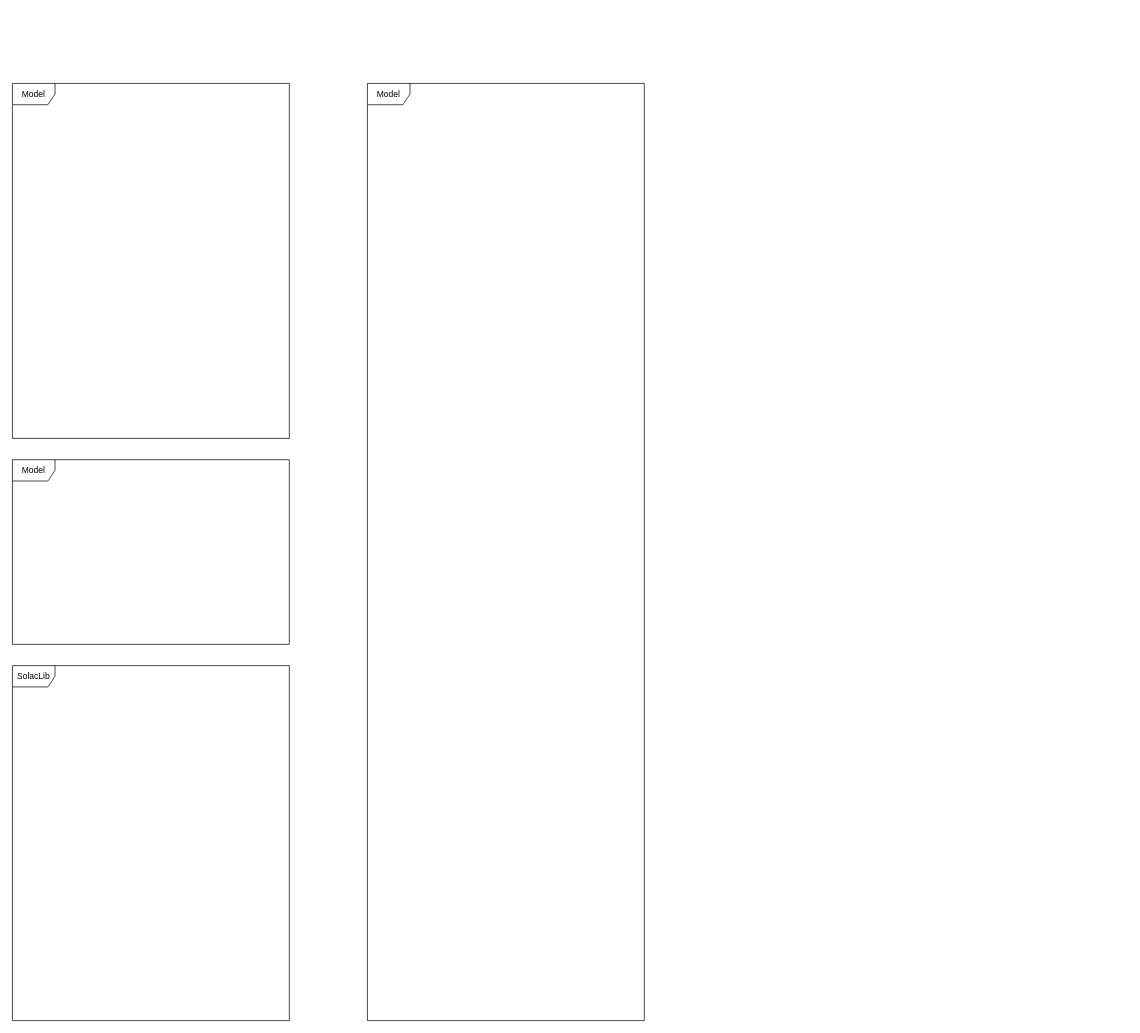
Before: 未命名绘图.drawio in CapitalMobile/swift_giselle_practice, a draw.io diagram. Source tidied: cells renumbered, new cells numbered last; positions are measured from the earlier drawing's top-left corner, leaving out a move shared by most shapes. Both pictures are drawn from the tidied source at 71%, with x=0, y=0 at pixel (12, 83).
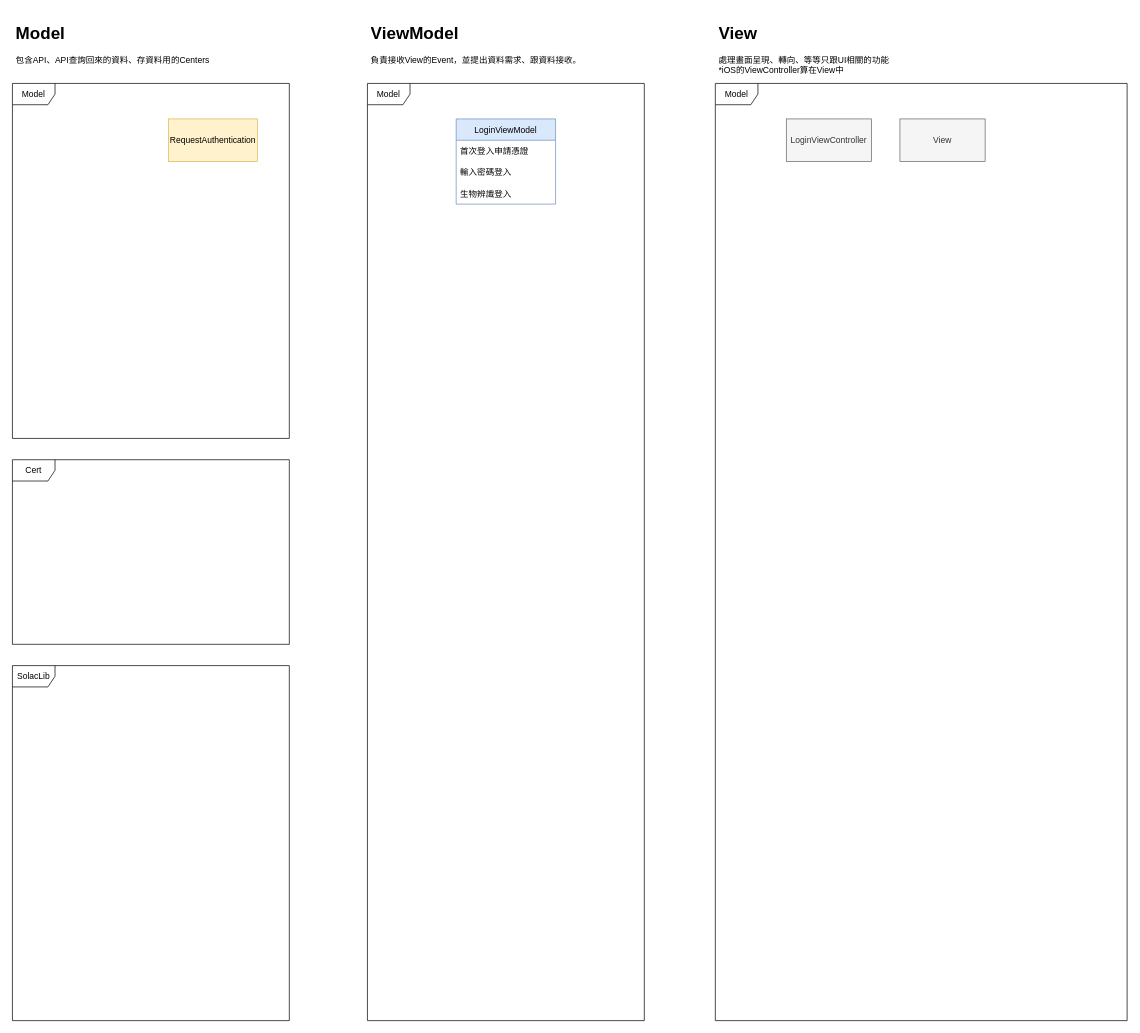
The same diagram, later.

Change to the diagram source:
```diff
@@
 <mxGraphModel>
   <root>
     <mxCell id="0" />
     <mxCell id="1" parent="0" />
     <mxCell id="2" value="Model" style="shape=umlFrame;whiteSpace=wrap;html=1;" parent="1" vertex="1">
       <mxGeometry width="390" height="500" as="geometry" />
     </mxCell>
-    <mxCell id="3" value="Model" style="shape=umlFrame;whiteSpace=wrap;html=1;" parent="1" vertex="1">
+    <mxCell id="3" value="Cert" style="shape=umlFrame;whiteSpace=wrap;html=1;" parent="1" vertex="1">
       <mxGeometry y="530" width="390" height="260" as="geometry" />
     </mxCell>
     <mxCell id="4" value="SolacLib" style="shape=umlFrame;whiteSpace=wrap;html=1;" parent="1" vertex="1">
       <mxGeometry y="820" width="390" height="500" as="geometry" />
     </mxCell>
     <mxCell id="5" value="Model" style="shape=umlFrame;whiteSpace=wrap;html=1;" parent="1" vertex="1">
       <mxGeometry x="500" width="390" height="1320" as="geometry" />
     </mxCell>
+    <mxCell id="6" value="&lt;h1&gt;Model&lt;/h1&gt;&lt;p&gt;包含API、API查詢回來的資料、存資料用的Centers&lt;/p&gt;" style="text;html=1;strokeColor=none;fillColor=none;spacing=5;spacingTop=-20;whiteSpace=wrap;overflow=hidden;rounded=0;" parent="1" vertex="1">
+      <mxGeometry y="-90" width="390" height="70" as="geometry" />
+    </mxCell>
+    <mxCell id="7" value="&lt;h1&gt;ViewModel&lt;/h1&gt;&lt;p&gt;負責接收View的Event，並提出資料需求、跟資料接收。&lt;/p&gt;" style="text;html=1;strokeColor=none;fillColor=none;spacing=5;spacingTop=-20;whiteSpace=wrap;overflow=hidden;rounded=0;" parent="1" vertex="1">
+      <mxGeometry x="500" y="-90" width="390" height="70" as="geometry" />
+    </mxCell>
+    <mxCell id="8" value="Model" style="shape=umlFrame;whiteSpace=wrap;html=1;" parent="1" vertex="1">
+      <mxGeometry x="990" width="580" height="1320" as="geometry" />
+    </mxCell>
+    <mxCell id="9" value="&lt;h1&gt;View&lt;/h1&gt;&lt;p&gt;處理畫面呈現、轉向、等等只跟UI相關的功能&lt;br&gt;*iOS的ViewController算在View中&lt;/p&gt;" style="text;html=1;strokeColor=none;fillColor=none;spacing=5;spacingTop=-20;whiteSpace=wrap;overflow=hidden;rounded=0;" parent="1" vertex="1">
+      <mxGeometry x="990" y="-90" width="390" height="80" as="geometry" />
+    </mxCell>
+    <mxCell id="10" value="LoginViewController" style="rounded=0;whiteSpace=wrap;html=1;fillColor=#f5f5f5;fontColor=#333333;strokeColor=#666666;" parent="1" vertex="1">
+      <mxGeometry x="1090" y="50" width="120" height="60" as="geometry" />
+    </mxCell>
+    <mxCell id="11" value="View" style="rounded=0;whiteSpace=wrap;html=1;fillColor=#f5f5f5;fontColor=#333333;strokeColor=#666666;" parent="1" vertex="1">
+      <mxGeometry x="1250" y="50" width="120" height="60" as="geometry" />
+    </mxCell>
+    <mxCell id="12" value="RequestAuthentication" style="rounded=0;whiteSpace=wrap;html=1;fillColor=#fff2cc;strokeColor=#d6b656;" parent="1" vertex="1">
+      <mxGeometry x="220" y="50" width="125" height="60" as="geometry" />
+    </mxCell>
+    <mxCell id="13" value="LoginViewModel" style="swimlane;fontStyle=0;horizontal=1;startSize=30;fillColor=#dae8fc;strokeColor=#6c8ebf;" parent="1" vertex="1">
+      <mxGeometry x="625" y="50" width="140" height="120" as="geometry" />
+    </mxCell>
+    <mxCell id="14" value="首次登入申請憑證" style="text;strokeColor=none;fillColor=none;align=left;verticalAlign=middle;spacingLeft=4;spacingRight=4;overflow=hidden;" parent="13" vertex="1">
+      <mxGeometry y="30" width="140" height="30" as="geometry" />
+    </mxCell>
+    <mxCell id="15" value="輸入密碼登入" style="text;strokeColor=none;fillColor=none;align=left;verticalAlign=middle;spacingLeft=4;spacingRight=4;overflow=hidden;" parent="13" vertex="1">
+      <mxGeometry y="60" width="140" height="30" as="geometry" />
+    </mxCell>
+    <mxCell id="16" value="生物辨識登入" style="text;strokeColor=none;fillColor=none;align=left;verticalAlign=middle;spacingLeft=4;spacingRight=4;overflow=hidden;" parent="13" vertex="1">
+      <mxGeometry y="90" width="140" height="30" as="geometry" />
+    </mxCell>
   </root>
 </mxGraphModel>
```
